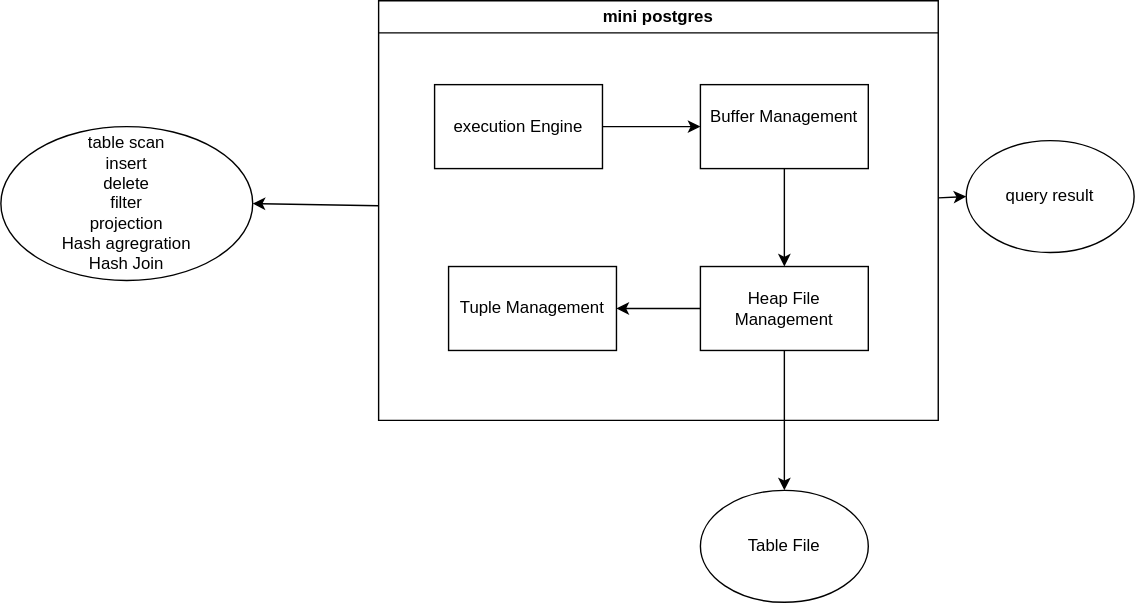
Earlier version of the draw.io export vertical-bar/mini-postgres.drawio.svg (hoangnpdev/engineering-notes). Source tidied: cells renumbered, new cells last; positions are measured from the earlier drawing's top-left corner, leaving out a move shared by most shapes.
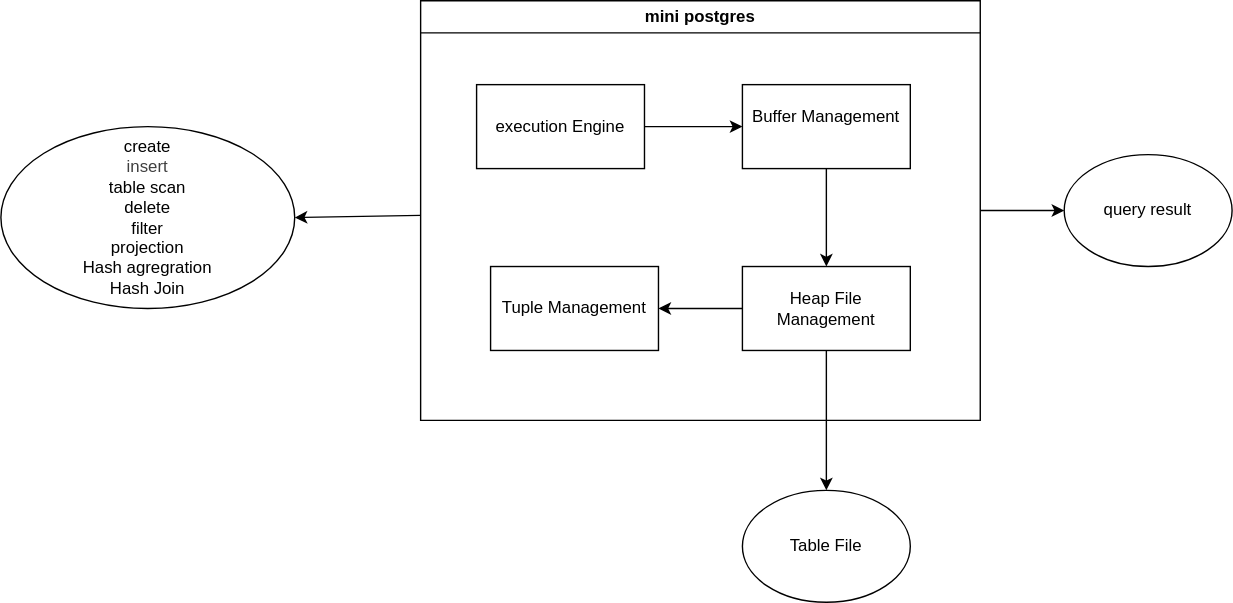
Above is the later version.

Diff of the diagram source:
```diff
@@ -32,11 +32,11 @@
     <mxCell id="11" value="Tuple Management" style="rounded=0;whiteSpace=wrap;html=1;" parent="4" vertex="1">
       <mxGeometry x="50" y="190" width="120" height="60" as="geometry" />
     </mxCell>
-    <mxCell id="12" value="table scan&lt;br&gt;insert&lt;div&gt;delete&lt;br&gt;filter&amp;nbsp;&lt;br&gt;projection&lt;br&gt;Hash agregration&lt;/div&gt;&lt;div&gt;Hash Join&lt;/div&gt;" style="ellipse;whiteSpace=wrap;html=1;" parent="1" vertex="1">
-      <mxGeometry y="90" width="180" height="110" as="geometry" />
+    <mxCell id="12" value="create&lt;div&gt;&lt;span style=&quot;color: rgb(63, 63, 63);&quot;&gt;insert&lt;/span&gt;&lt;font color=&quot;#000000&quot;&gt;&lt;br&gt;&lt;/font&gt;&lt;div&gt;table scan&lt;br&gt;&lt;div&gt;delete&lt;br&gt;filter&amp;nbsp;&lt;br&gt;projection&lt;br&gt;Hash agregration&lt;/div&gt;&lt;div&gt;Hash Join&lt;/div&gt;&lt;/div&gt;&lt;/div&gt;" style="ellipse;whiteSpace=wrap;html=1;" parent="1" vertex="1">
+      <mxGeometry x="-30" y="90" width="210" height="130" as="geometry" />
     </mxCell>
     <mxCell id="13" value="query result" style="ellipse;whiteSpace=wrap;html=1;" parent="1" vertex="1">
-      <mxGeometry x="690" y="100" width="120" height="80" as="geometry" />
+      <mxGeometry x="730" y="110" width="120" height="80" as="geometry" />
     </mxCell>
     <mxCell id="14" value="Table File" style="ellipse;whiteSpace=wrap;html=1;" parent="1" vertex="1">
       <mxGeometry x="500" y="350" width="120" height="80" as="geometry" />
```
